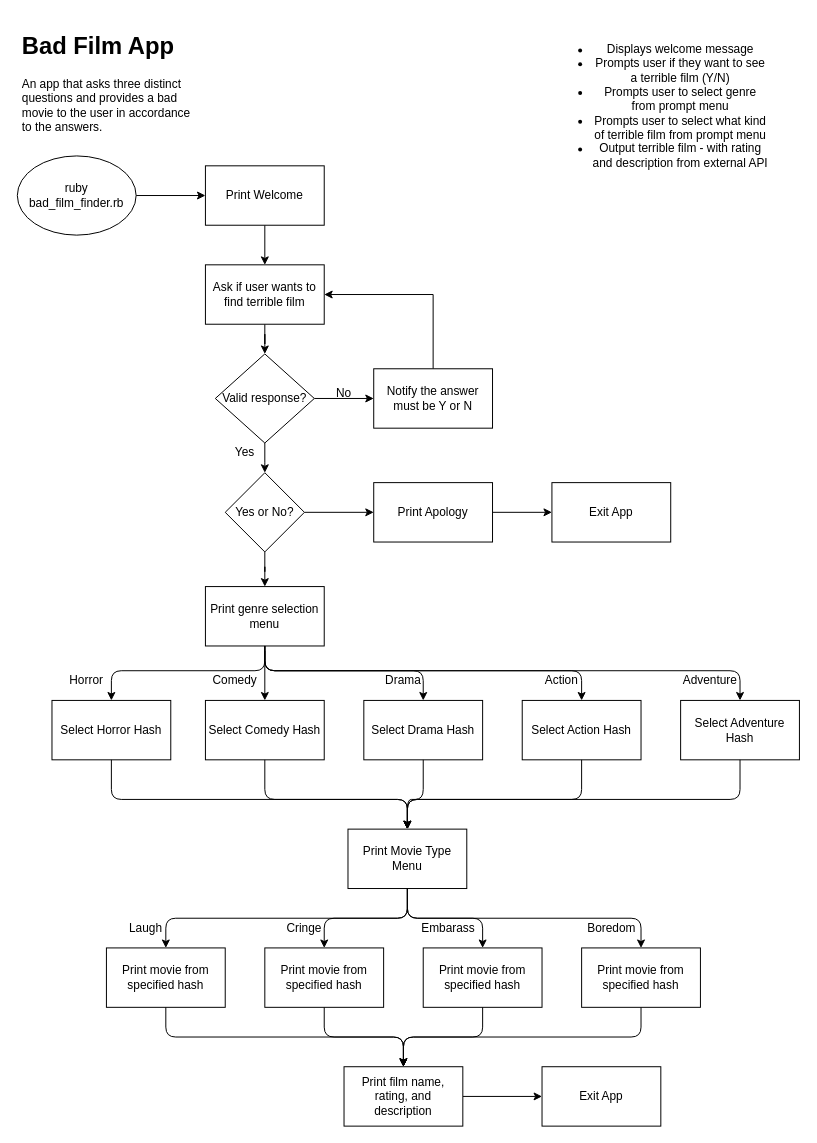
This is Flowchart.drawio from OldsterJoey/bad_film_finder, a draw.io file, before an edit. Source tidied: cells renumbered, new cells numbered last; positions are measured from the earlier drawing's top-left corner, leaving out a move shared by most shapes. Both pictures are drawn from the tidied source at 99%, with x=0, y=0 at pixel (17, 17).
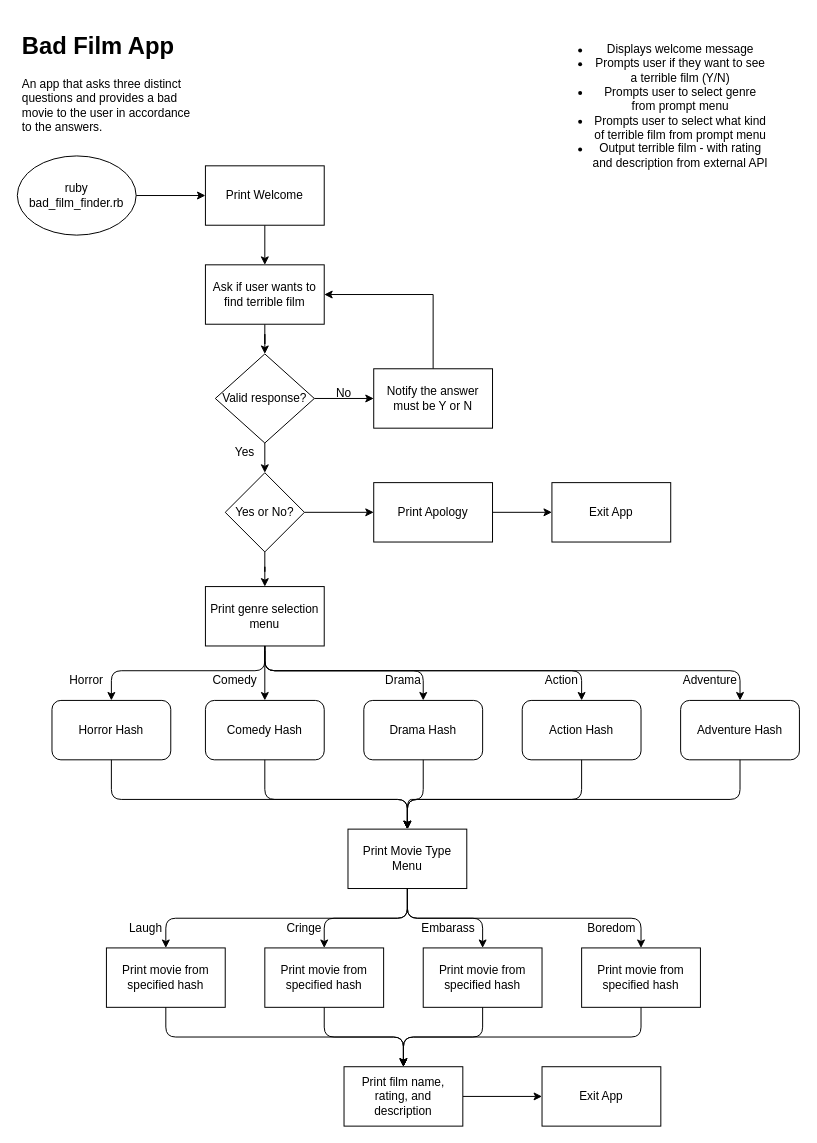
The same page after the edit.

Commit message (it also covers changes not shown here):
Created basic object for movie access testing, added pseudo code, and created spec folder and file ready for rspec testing

Change to the diagram source:
```diff
@@
-    <mxCell id="24" value="Select Horror Hash" style="rounded=0;whiteSpace=wrap;html=1;" parent="1" vertex="1">
+    <mxCell id="24" value="Horror Hash" style="rounded=1;whiteSpace=wrap;html=1;" parent="1" vertex="1">
       <mxGeometry x="35" y="690" width="120" height="60" as="geometry" />
     </mxCell>
-    <mxCell id="25" value="Select Comedy Hash" style="rounded=0;whiteSpace=wrap;html=1;" parent="1" vertex="1">
+    <mxCell id="25" value="Comedy Hash" style="rounded=1;whiteSpace=wrap;html=1;" parent="1" vertex="1">
       <mxGeometry x="190" y="690" width="120" height="60" as="geometry" />
     </mxCell>
-    <mxCell id="26" value="Select Drama Hash" style="rounded=0;whiteSpace=wrap;html=1;" parent="1" vertex="1">
+    <mxCell id="26" value="Drama Hash" style="rounded=1;whiteSpace=wrap;html=1;" parent="1" vertex="1">
       <mxGeometry x="350" y="690" width="120" height="60" as="geometry" />
     </mxCell>
-    <mxCell id="27" value="Select Action Hash" style="rounded=0;whiteSpace=wrap;html=1;" parent="1" vertex="1">
+    <mxCell id="27" value="Action Hash" style="rounded=1;whiteSpace=wrap;html=1;" parent="1" vertex="1">
       <mxGeometry x="510" y="690" width="120" height="60" as="geometry" />
     </mxCell>
-    <mxCell id="28" value="Select Adventure Hash" style="rounded=0;whiteSpace=wrap;html=1;" parent="1" vertex="1">
+    <mxCell id="28" value="Adventure Hash" style="rounded=1;whiteSpace=wrap;html=1;" parent="1" vertex="1">
       <mxGeometry x="670" y="690" width="120" height="60" as="geometry" />
     </mxCell>
@@
-    <mxCell id="39" value="Print movie from specified hash" style="rounded=0;whiteSpace=wrap;html=1;" parent="1" vertex="1">
+    <mxCell id="39" value="Print movie from specified hash" style="rounded=0;whiteSpace=wrap;html=1;glass=0;shadow=0;" parent="1" vertex="1">
       <mxGeometry x="90" y="940" width="120" height="60" as="geometry" />
     </mxCell>
```
